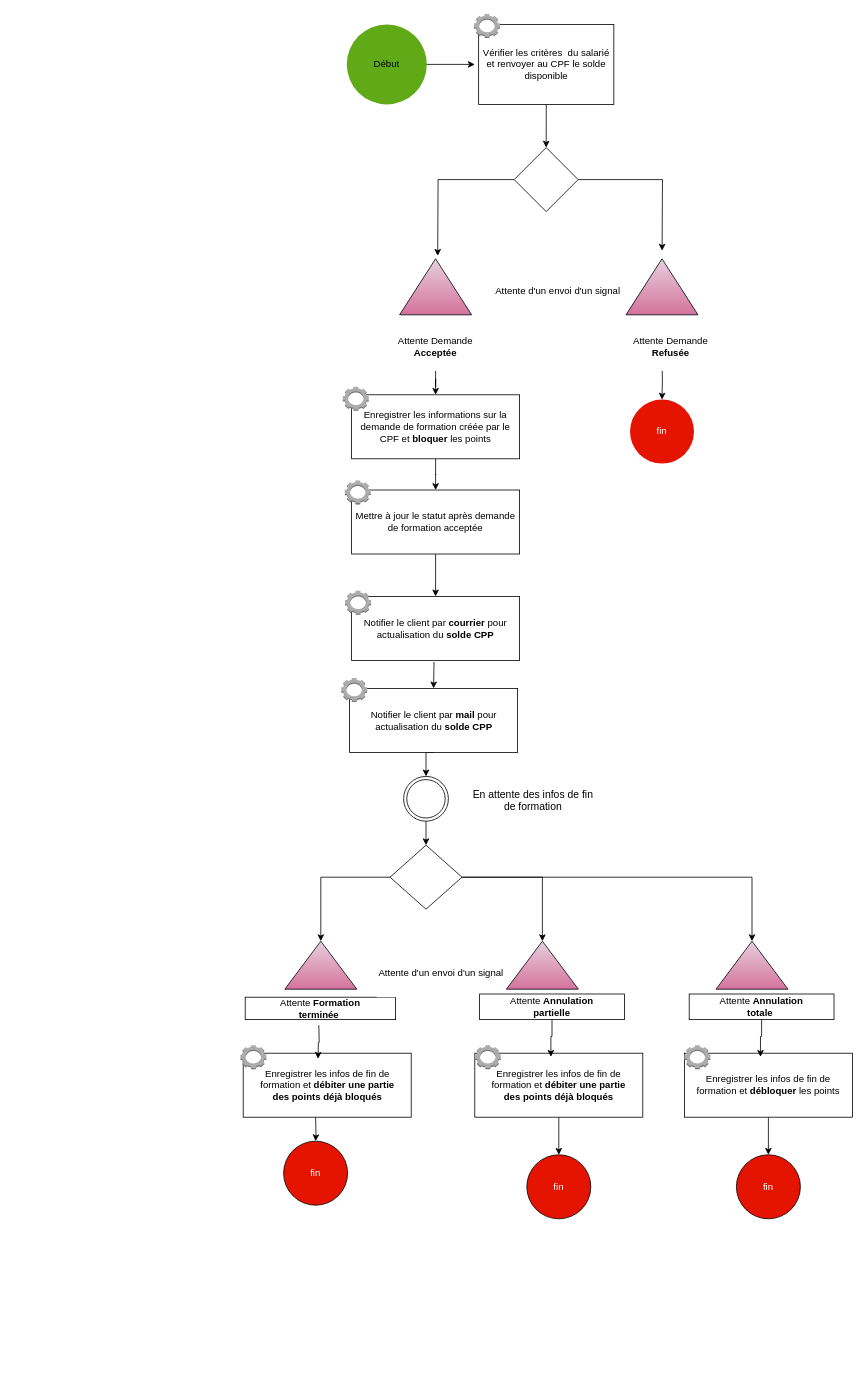
This is Diagramme sans nom.drawio from arabam13/workflow, a draw.io file, before an edit. Source tidied: cells renumbered, new cells numbered last; positions are measured from the earlier drawing's top-left corner, leaving out a move shared by most shapes. Both pictures are drawn from the tidied source at 80%, with x=0, y=0 at pixel (240, 14).
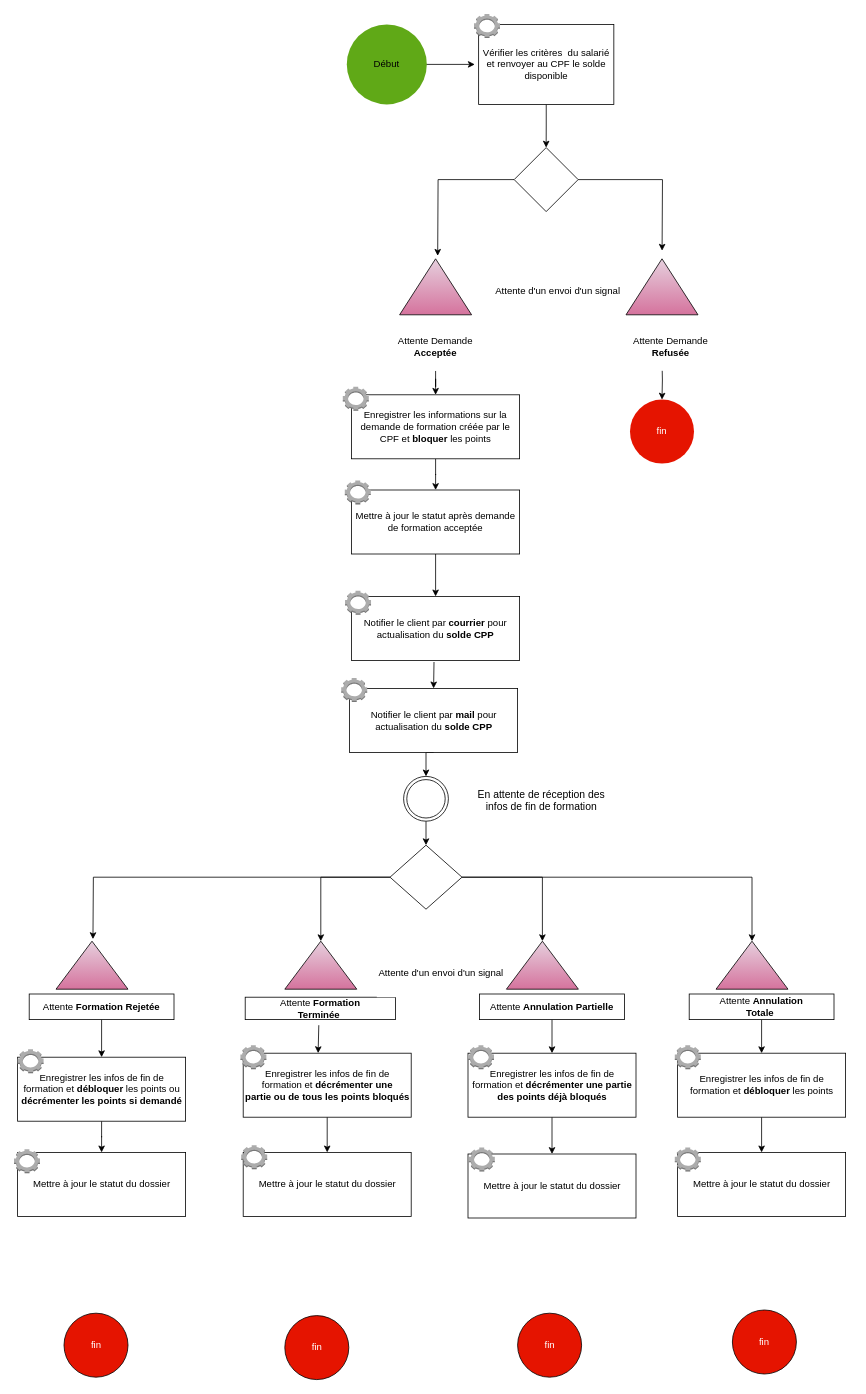
Above is the later version.

Commit message (it also covers changes not shown here):
Mettre à jour Diagramme sans nom.drawio

Unchanged cells that the change refers to:
```xml
<mxCell id="26" style="rhombus;whiteSpace=wrap;html=1;shapeInside=1;strokeColor=default;" parent="1" vertex="1">
  <mxGeometry x="187" y="1039" width="90" height="80" as="geometry" />
</mxCell>
```

Diff of the diagram source:
```diff
@@
-    <mxCell id="22" value="En attente des infos de fin de formation" style="rounded=0;whiteSpace=wrap;html=1;strokeColor=none;fontSize=13;" parent="1" vertex="1">
-      <mxGeometry x="285.5" y="953" width="160" height="60" as="geometry" />
+    <mxCell id="22" value="En attente de réception des infos de fin de formation" style="rounded=0;whiteSpace=wrap;html=1;strokeColor=none;fontSize=13;" parent="1" vertex="1">
+      <mxGeometry x="285.5" y="953" width="181.2" height="60" as="geometry" />
     </mxCell>
@@
-    <mxCell id="24" value="Attente&lt;font face=&quot;Helvetica&quot;&gt;&lt;b&gt;&amp;nbsp;Formation&lt;br&gt;terminée&amp;nbsp;&lt;/b&gt;&lt;/font&gt;" style="rounded=0;whiteSpace=wrap;html=1;fillColor=default;strokeColor=default;" parent="1" vertex="1">
+    <mxCell id="24" value="Attente&lt;font face=&quot;Helvetica&quot;&gt;&lt;b&gt;&amp;nbsp;Formation&lt;br&gt;Terminée&amp;nbsp;&lt;/b&gt;&lt;/font&gt;" style="rounded=0;whiteSpace=wrap;html=1;fillColor=default;strokeColor=default;" parent="1" vertex="1">
       <mxGeometry x="6" y="1229" width="188" height="28" as="geometry" />
     </mxCell>
@@
+    <mxCell id="61" style="edgeStyle=orthogonalEdgeStyle;rounded=0;jettySize=auto;html=1;" parent="1" edge="1" source="26">
+      <mxGeometry relative="1" as="geometry">
+        <mxPoint x="-184.3" y="1156.4" as="targetPoint" />
+      </mxGeometry>
+    </mxCell>
@@
+    <mxCell id="48" style="edgeStyle=orthogonalEdgeStyle;rounded=0;jettySize=auto;html=1;" parent="1" edge="1" source="29" target="32">
+      <mxGeometry relative="1" as="geometry" />
+    </mxCell>
-    <mxCell id="29" value="Attente&amp;nbsp;&lt;font face=&quot;Helvetica&quot;&gt;&lt;font&gt;&lt;b&gt;Annulation&lt;br&gt;partielle&lt;/b&gt;&lt;/font&gt;&lt;/font&gt;" style="rounded=0;whiteSpace=wrap;html=1;fillColor=default;strokeColor=default;" parent="1" vertex="1">
+    <mxCell id="29" value="Attente&amp;nbsp;&lt;font face=&quot;Helvetica&quot;&gt;&lt;font&gt;&lt;b&gt;Annulation Partielle&lt;/b&gt;&lt;/font&gt;&lt;/font&gt;" style="rounded=0;whiteSpace=wrap;html=1;fillColor=default;strokeColor=default;" parent="1" vertex="1">
       <mxGeometry x="299" y="1225" width="181" height="32" as="geometry" />
     </mxCell>
@@
-    <mxCell id="31" style="edgeStyle=orthogonalEdgeStyle;rounded=0;jettySize=auto;html=1;" parent="1" edge="1" source="32" target="33">
-      <mxGeometry relative="1" as="geometry" />
-    </mxCell>
+    <mxCell id="62" style="edgeStyle=orthogonalEdgeStyle;rounded=0;jettySize=auto;html=1;" parent="1" edge="1" source="32" target="74">
+      <mxGeometry relative="1" as="geometry" />
+    </mxCell>
-    <mxCell id="32" value="Enregistrer les infos de fin de formation et &lt;b&gt;débiter&lt;/b&gt;&lt;font face=&quot;Helvetica&quot;&gt;&lt;font&gt;&amp;nbsp;&lt;b&gt;une partie&lt;br&gt;des points déjà bloqués&lt;/b&gt;&lt;/font&gt;&lt;/font&gt;" style="rounded=0;whiteSpace=wrap;html=1;strokeColor=default;" parent="1" vertex="1">
-      <mxGeometry x="293" y="1299" width="210" height="80" as="geometry" />
+    <mxCell id="32" value="Enregistrer les infos de fin de formation et &lt;b&gt;décrémenter&amp;nbsp;&lt;/b&gt;&lt;font face=&quot;Helvetica&quot;&gt;&lt;font&gt;&lt;b&gt;une partie&lt;br&gt;des points déjà bloqués&lt;/b&gt;&lt;/font&gt;&lt;/font&gt;" style="rounded=0;whiteSpace=wrap;html=1;strokeColor=default;" parent="1" vertex="1">
+      <mxGeometry x="284.5" y="1299" width="210" height="80" as="geometry" />
     </mxCell>
     <mxCell id="33" value="fin" style="ellipse;whiteSpace=wrap;html=1;shapeInside=1;fillColor=#e51400;fontColor=#ffffff;strokeColor=default;direction=west;" parent="1" vertex="1">
-      <mxGeometry x="358" y="1426" width="80" height="80" as="geometry" />
+      <mxGeometry x="346.5" y="1624" width="80" height="80" as="geometry" />
     </mxCell>
     <mxCell id="34" value="fin" style="ellipse;whiteSpace=wrap;html=1;shapeInside=1;fillColor=#e51400;fontColor=#ffffff;strokeColor=default;direction=south;" parent="1" vertex="1">
-      <mxGeometry x="54" y="1409" width="80" height="80" as="geometry" />
+      <mxGeometry x="55.5" y="1627" width="80" height="80" as="geometry" />
     </mxCell>
-    <mxCell id="35" style="edgeStyle=orthogonalEdgeStyle;rounded=0;jettySize=auto;html=1;strokeColor=default;" parent="1" edge="1" target="34">
-      <mxGeometry relative="1" as="geometry">
-        <mxPoint x="94" y="1379" as="sourcePoint" />
-      </mxGeometry>
-    </mxCell>
+    <mxCell id="63" style="edgeStyle=orthogonalEdgeStyle;rounded=0;jettySize=auto;html=1;" parent="1" edge="1" source="36" target="76">
+      <mxGeometry relative="1" as="geometry" />
+    </mxCell>
-    <mxCell id="36" value="Enregistrer les infos de fin de formation et &lt;b&gt;débiter&lt;/b&gt;&lt;font face=&quot;Helvetica&quot;&gt;&lt;font&gt;&amp;nbsp;&lt;b&gt;une partie&lt;br&gt;des points déjà bloqués&lt;/b&gt;&lt;/font&gt;&lt;/font&gt;" style="rounded=0;whiteSpace=wrap;html=1;strokeColor=default;" parent="1" vertex="1">
+    <mxCell id="36" value="Enregistrer les infos de fin de formation et &lt;b&gt;décrémenter&amp;nbsp;&lt;/b&gt;&lt;font face=&quot;Helvetica&quot;&gt;&lt;font&gt;&lt;b&gt;une&lt;br&gt;partie ou de tous les points bloqués&lt;/b&gt;&lt;/font&gt;&lt;/font&gt;" style="rounded=0;whiteSpace=wrap;html=1;strokeColor=default;" parent="1" vertex="1">
       <mxGeometry x="3.5" y="1299" width="210" height="80" as="geometry" />
     </mxCell>
@@
     <mxCell id="40" style="dashed=0;verticalLabelPosition=bottom;verticalAlign=top;align=center;html=1;shape=mxgraph.aws3.human_intelligence_tasks_hit;fillColor=#ACACAC;gradientColor=none;strokeColor=default;" parent="1" vertex="1">
-      <mxGeometry x="293" y="1289" width="32.5" height="30" as="geometry" />
+      <mxGeometry x="284.5" y="1289" width="32.5" height="30" as="geometry" />
     </mxCell>
@@
-    <mxCell id="48" style="edgeStyle=orthogonalEdgeStyle;rounded=0;jettySize=auto;html=1;exitX=0.5;exitY=1;exitDx=0;exitDy=0;entryX=0.453;entryY=0.057;entryDx=0;entryDy=0;entryPerimeter=0;strokeColor=default;" parent="1" edge="1" source="29" target="32">
-      <mxGeometry relative="1" as="geometry" />
-    </mxCell>
-    <mxCell id="49" style="edgeStyle=orthogonalEdgeStyle;rounded=0;orthogonalLoop=1;jettySize=auto;html=1;exitX=0.5;exitY=1;exitDx=0;exitDy=0;entryX=0.453;entryY=0.057;entryDx=0;entryDy=0;entryPerimeter=0;strokeColor=default;" parent="1" edge="1">
+    <mxCell id="49" style="edgeStyle=orthogonalEdgeStyle;rounded=0;jettySize=auto;html=1;exitX=0.5;exitY=1;exitDx=0;exitDy=0;entryX=0.446;entryY=-0.001;entryDx=0;entryDy=0;entryPerimeter=0;strokeColor=default;" parent="1" edge="1" target="36">
       <mxGeometry relative="1" as="geometry">
         <mxPoint x="98" y="1264" as="sourcePoint" />
-        <mxPoint x="97" y="1306" as="targetPoint" />
       </mxGeometry>
     </mxCell>
@@
+    <mxCell id="59" style="edgeStyle=orthogonalEdgeStyle;rounded=0;jettySize=auto;html=1;" parent="1" edge="1" source="54" target="56">
+      <mxGeometry relative="1" as="geometry" />
+    </mxCell>
-    <mxCell id="54" value="&lt;font face=&quot;Helvetica&quot;&gt;Attente&amp;nbsp;&lt;b&gt;Annulation&lt;br&gt;totale&amp;nbsp;&lt;/b&gt;&lt;/font&gt;" style="rounded=0;whiteSpace=wrap;html=1;fillColor=default;strokeColor=default;" parent="1" vertex="1">
+    <mxCell id="54" value="&lt;font face=&quot;Helvetica&quot;&gt;Attente&amp;nbsp;&lt;b&gt;Annulation&lt;br&gt;Totale&amp;nbsp;&lt;/b&gt;&lt;/font&gt;" style="rounded=0;whiteSpace=wrap;html=1;fillColor=default;strokeColor=default;" parent="1" vertex="1">
       <mxGeometry x="561" y="1225" width="181" height="32" as="geometry" />
     </mxCell>
-    <mxCell id="55" style="edgeStyle=orthogonalEdgeStyle;rounded=0;jettySize=auto;html=1;" parent="1" edge="1" source="56" target="57">
-      <mxGeometry relative="1" as="geometry" />
-    </mxCell>
+    <mxCell id="64" style="edgeStyle=orthogonalEdgeStyle;rounded=0;jettySize=auto;html=1;" parent="1" edge="1" source="56" target="72">
+      <mxGeometry relative="1" as="geometry" />
+    </mxCell>
     <mxCell id="56" value="Enregistrer les infos de fin de formation et &lt;b&gt;débloquer &lt;/b&gt;les points" style="rounded=0;whiteSpace=wrap;html=1;strokeColor=default;" parent="1" vertex="1">
-      <mxGeometry x="555" y="1299" width="210" height="80" as="geometry" />
+      <mxGeometry x="546.5" y="1299" width="210" height="80" as="geometry" />
     </mxCell>
     <mxCell id="57" value="fin" style="ellipse;whiteSpace=wrap;html=1;shapeInside=1;fillColor=#e51400;fontColor=#ffffff;strokeColor=default;direction=west;" parent="1" vertex="1">
-      <mxGeometry x="620" y="1426" width="80" height="80" as="geometry" />
+      <mxGeometry x="615" y="1620" width="80" height="80" as="geometry" />
     </mxCell>
     <mxCell id="58" style="dashed=0;verticalLabelPosition=bottom;verticalAlign=top;align=center;html=1;shape=mxgraph.aws3.human_intelligence_tasks_hit;fillColor=#ACACAC;gradientColor=none;strokeColor=default;" parent="1" vertex="1">
-      <mxGeometry x="555" y="1289" width="32.5" height="30" as="geometry" />
+      <mxGeometry x="543" y="1289" width="32.5" height="30" as="geometry" />
     </mxCell>
-    <mxCell id="59" style="edgeStyle=orthogonalEdgeStyle;rounded=0;jettySize=auto;html=1;exitX=0.5;exitY=1;exitDx=0;exitDy=0;entryX=0.453;entryY=0.057;entryDx=0;entryDy=0;entryPerimeter=0;strokeColor=default;" parent="1" edge="1" source="54" target="56">
-      <mxGeometry relative="1" as="geometry" />
-    </mxCell>
@@
+    <mxCell id="65" style="verticalLabelPosition=bottom;verticalAlign=top;html=1;shape=mxgraph.basic.acute_triangle;dx=0.5;fillColor=#e6d0de;strokeColor=default;gradientColor=#d5739d;" parent="1" vertex="1">
+      <mxGeometry x="-230.5" y="1159" width="90" height="60" as="geometry" />
+    </mxCell>
+    <mxCell id="66" style="edgeStyle=orthogonalEdgeStyle;rounded=0;jettySize=auto;html=1;" parent="1" edge="1" source="67" target="69">
+      <mxGeometry relative="1" as="geometry" />
+    </mxCell>
+    <mxCell id="67" value="&lt;font face=&quot;Helvetica&quot;&gt;Attente&amp;nbsp;&lt;b&gt;Formation Rejetée&lt;/b&gt;&lt;/font&gt;" style="rounded=0;whiteSpace=wrap;html=1;fillColor=default;strokeColor=default;" parent="1" vertex="1">
+      <mxGeometry x="-264" y="1225" width="181" height="32" as="geometry" />
+    </mxCell>
+    <mxCell id="68" style="edgeStyle=orthogonalEdgeStyle;rounded=0;jettySize=auto;html=1;" parent="1" edge="1" source="69" target="78">
+      <mxGeometry relative="1" as="geometry" />
+    </mxCell>
+    <mxCell id="69" value="Enregistrer les infos de fin de formation et &lt;b&gt;débloquer &lt;/b&gt;les points ou &lt;b&gt;décrémenter les points si demandé&lt;/b&gt;" style="rounded=0;whiteSpace=wrap;html=1;strokeColor=default;" parent="1" vertex="1">
+      <mxGeometry x="-278.5" y="1304" width="210" height="80" as="geometry" />
+    </mxCell>
+    <mxCell id="70" value="fin" style="ellipse;whiteSpace=wrap;html=1;shapeInside=1;fillColor=#e51400;fontColor=#ffffff;strokeColor=default;direction=west;" parent="1" vertex="1">
+      <mxGeometry x="-220.5" y="1624" width="80" height="80" as="geometry" />
+    </mxCell>
+    <mxCell id="71" style="dashed=0;verticalLabelPosition=bottom;verticalAlign=top;align=center;html=1;shape=mxgraph.aws3.human_intelligence_tasks_hit;fillColor=#ACACAC;gradientColor=none;strokeColor=default;" parent="1" vertex="1">
+      <mxGeometry x="-278.5" y="1294" width="32.5" height="30" as="geometry" />
+    </mxCell>
+    <mxCell id="72" value="Mettre à jour le statut du dossier" style="rounded=0;whiteSpace=wrap;html=1;strokeColor=default;" parent="1" vertex="1">
+      <mxGeometry x="546.5" y="1423" width="210" height="80" as="geometry" />
+    </mxCell>
+    <mxCell id="73" style="dashed=0;verticalLabelPosition=bottom;verticalAlign=top;align=center;html=1;shape=mxgraph.aws3.human_intelligence_tasks_hit;fillColor=#ACACAC;gradientColor=none;strokeColor=default;" parent="1" vertex="1">
+      <mxGeometry x="543" y="1417" width="32.5" height="30" as="geometry" />
+    </mxCell>
+    <mxCell id="74" value="Mettre à jour le statut du dossier" style="rounded=0;whiteSpace=wrap;html=1;strokeColor=default;" parent="1" vertex="1">
+      <mxGeometry x="284.5" y="1425" width="210" height="80" as="geometry" />
+    </mxCell>
+    <mxCell id="75" style="dashed=0;verticalLabelPosition=bottom;verticalAlign=top;align=center;html=1;shape=mxgraph.aws3.human_intelligence_tasks_hit;fillColor=#ACACAC;gradientColor=none;strokeColor=default;" parent="1" vertex="1">
+      <mxGeometry x="285.5" y="1417" width="32.5" height="30" as="geometry" />
+    </mxCell>
+    <mxCell id="76" value="Mettre à jour le statut du dossier" style="rounded=0;whiteSpace=wrap;html=1;strokeColor=default;" parent="1" vertex="1">
+      <mxGeometry x="3.5" y="1423" width="210" height="80" as="geometry" />
+    </mxCell>
+    <mxCell id="77" style="dashed=0;verticalLabelPosition=bottom;verticalAlign=top;align=center;html=1;shape=mxgraph.aws3.human_intelligence_tasks_hit;fillColor=#ACACAC;gradientColor=none;strokeColor=default;" parent="1" vertex="1">
+      <mxGeometry x="1" y="1414" width="32.5" height="30" as="geometry" />
+    </mxCell>
+    <mxCell id="78" value="Mettre à jour le statut du dossier" style="rounded=0;whiteSpace=wrap;html=1;strokeColor=default;" parent="1" vertex="1">
+      <mxGeometry x="-278.5" y="1423" width="210" height="80" as="geometry" />
+    </mxCell>
+    <mxCell id="79" style="dashed=0;verticalLabelPosition=bottom;verticalAlign=top;align=center;html=1;shape=mxgraph.aws3.human_intelligence_tasks_hit;fillColor=#ACACAC;gradientColor=none;strokeColor=default;" parent="1" vertex="1">
+      <mxGeometry x="-283" y="1419" width="32.5" height="30" as="geometry" />
+    </mxCell>
```
